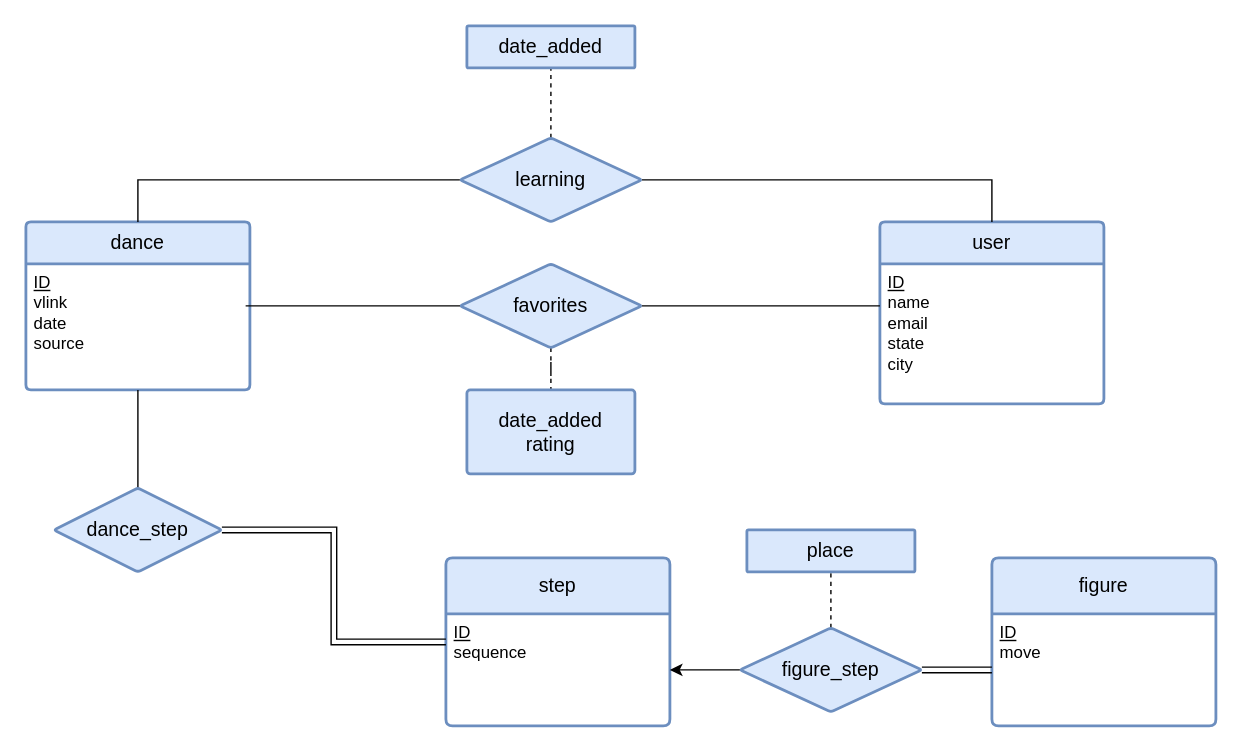
Earlier version of the draw.io diagram P2/dances.drawio (Lhawks202/Query_Curious). Source tidied: cells renumbered, new cells numbered last; positions are measured from the earlier drawing's top-left corner, leaving out a move shared by most shapes. Both pictures are drawn from the tidied source at 140%, with x=0, y=0 at pixel (25, 25).
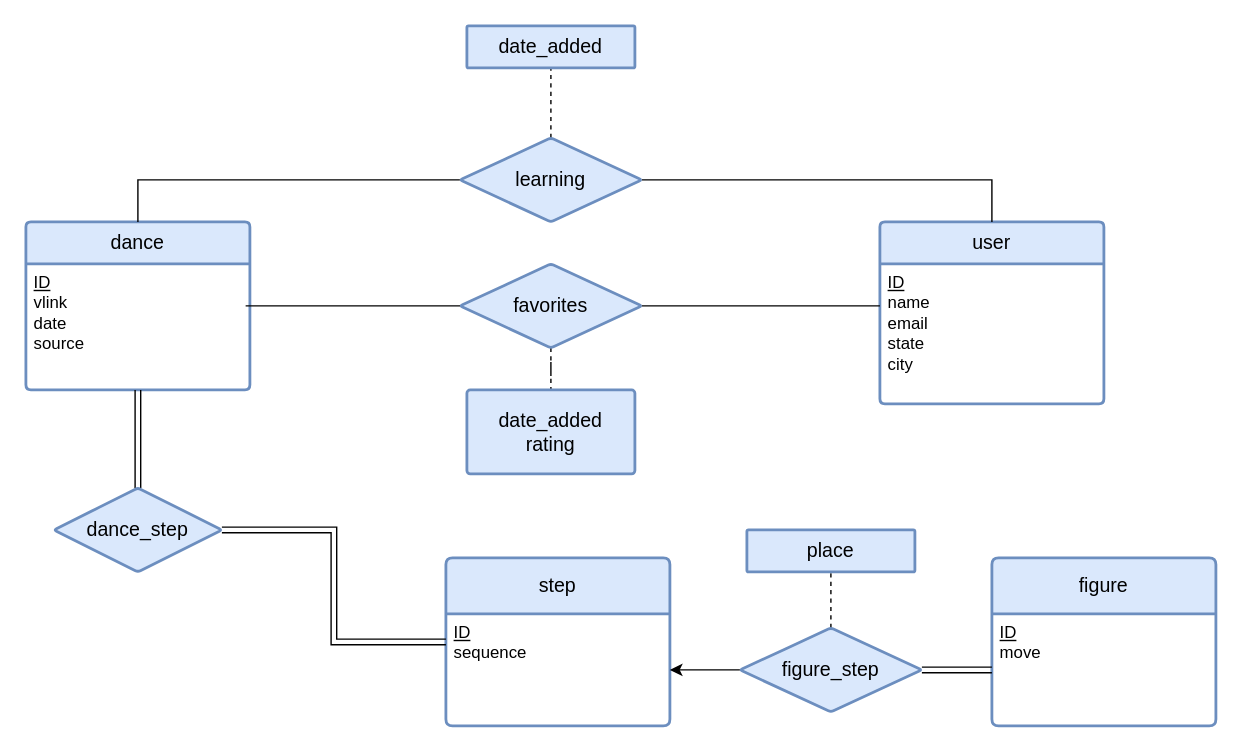
After the change.

The change refers to these unchanged cells:
```xml
<mxCell id="3" value="&lt;div&gt;&lt;u style=&quot;background-color: transparent; color: light-dark(rgb(0, 0, 0), rgb(255, 255, 255));&quot;&gt;ID&lt;/u&gt;&lt;/div&gt;&lt;div&gt;&lt;div&gt;vlink&lt;/div&gt;&lt;div&gt;date&lt;/div&gt;&lt;div&gt;source&lt;/div&gt;&lt;/div&gt;" style="align=left;strokeColor=none;fillColor=none;spacingLeft=4;spacingRight=4;fontSize=12;verticalAlign=top;html=1;whiteSpace=wrap;" parent="2" vertex="1">
  <mxGeometry y="30" width="160" height="90" as="geometry" />
</mxCell>
```

What changed in the source:
```diff
@@
-    <mxCell id="28" style="edgeStyle=orthogonalEdgeStyle;rounded=0;jettySize=auto;html=1;fontFamily=Helvetica;fontSize=14;fontColor=default;fontStyle=0;horizontal=1;endArrow=none;startFill=0;" parent="1" edge="1" source="3">
+    <mxCell id="28" style="edgeStyle=orthogonalEdgeStyle;rounded=0;jettySize=auto;html=1;fontFamily=Helvetica;fontSize=14;fontColor=default;fontStyle=0;horizontal=1;endArrow=none;startFill=0;shape=link;" parent="1" edge="1" source="3">
       <mxGeometry relative="1" as="geometry">
         <mxPoint x="80" y="330" as="targetPoint" />
       </mxGeometry>
     </mxCell>
```
